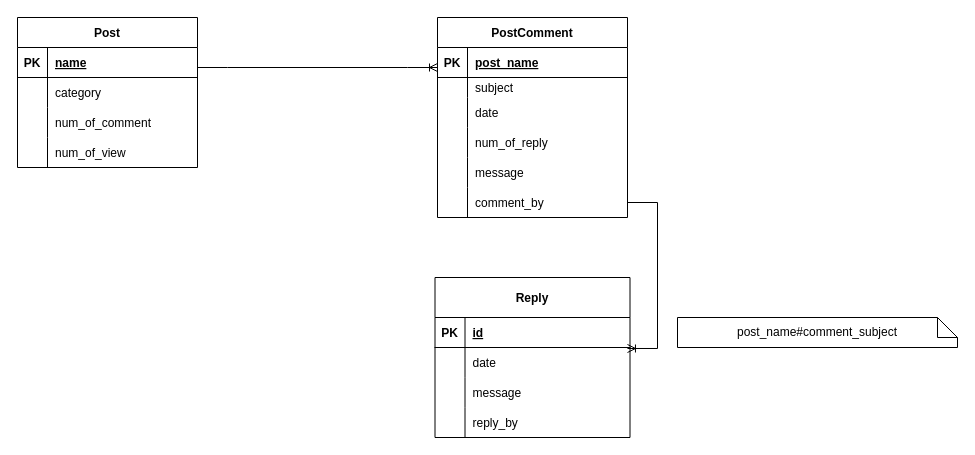
semika/design-diagram keeps this draw.io diagram as learning/1.drawio. Above is the earlier version. Source tidied: cells renumbered, new cells numbered last; positions are measured from the earlier drawing's top-left corner, leaving out a move shared by most shapes. Both pictures are drawn from the tidied source at 100%, with x=0, y=0 at pixel (17, 17).
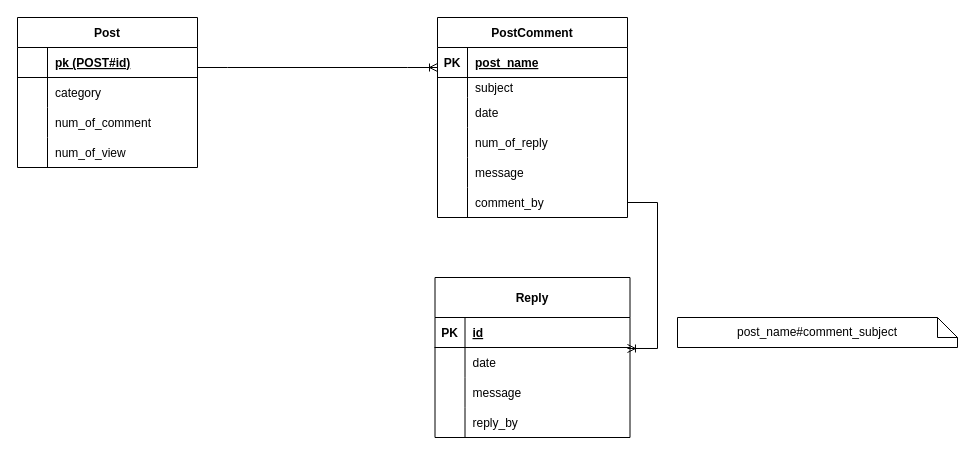
After the change.

Unchanged cells that the change refers to:
```xml
<mxCell id="3" style="shape=tableRow;horizontal=0;startSize=0;swimlaneHead=0;swimlaneBody=0;fillColor=none;top=0;left=0;right=0;bottom=1;" parent="2" vertex="1">
  <mxGeometry y="30" width="180" height="30" as="geometry" />
</mxCell>
```

Diff of the diagram source:
```diff
@@
-    <mxCell id="4" value="PK" style="shape=partialRectangle;fillColor=none;top=0;left=0;bottom=0;right=0;fontStyle=1;overflow=hidden;" parent="3" vertex="1">
+    <mxCell id="4" style="shape=partialRectangle;fillColor=none;top=0;left=0;bottom=0;right=0;fontStyle=1;overflow=hidden;" parent="3" vertex="1">
       <mxGeometry width="30" height="30" as="geometry" />
     </mxCell>
-    <mxCell id="5" value="name" style="shape=partialRectangle;fillColor=none;top=0;left=0;bottom=0;right=0;align=left;spacingLeft=6;fontStyle=5;overflow=hidden;" parent="3" vertex="1">
+    <mxCell id="5" value="pk (POST#id)" style="shape=partialRectangle;fillColor=none;top=0;left=0;bottom=0;right=0;align=left;spacingLeft=6;fontStyle=5;overflow=hidden;" parent="3" vertex="1">
       <mxGeometry x="30" width="150" height="30" as="geometry" />
     </mxCell>
```
